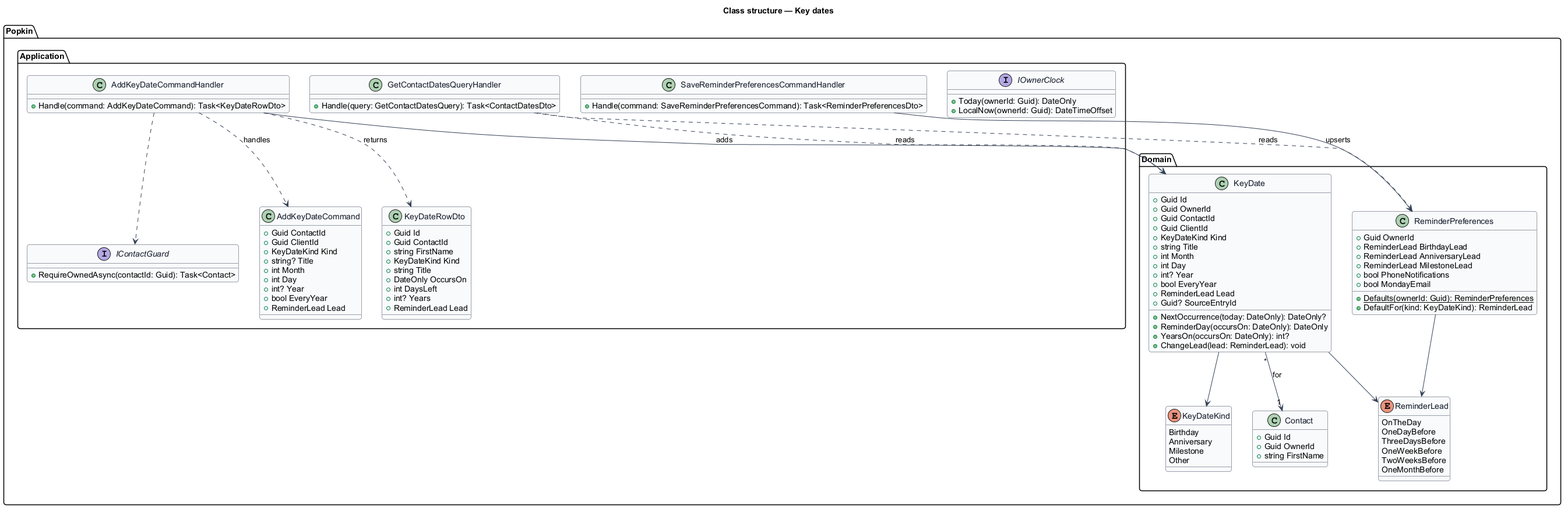
This is docs/detailed-designs/contacts/key-dates/diagrams/class-structure.png from QuinntyneBrown/popkin, a PlantUML export, as it was before one commit. Its diagram source:
```plantuml
@startuml
skinparam backgroundColor #FFFFFF
skinparam shadowing false
skinparam roundcorner 8
skinparam defaultFontName Arial
skinparam ArrowColor #344054
skinparam class {
  BorderColor #344054
  FontColor #101828
  BackgroundColor #F9FAFB
}
title Class structure — Key dates

package "Popkin.Domain" {
  enum KeyDateKind {
    Birthday
    Anniversary
    Milestone
    Other
  }
  enum ReminderLead {
    OnTheDay
    OneDayBefore
    ThreeDaysBefore
    OneWeekBefore
    TwoWeeksBefore
    OneMonthBefore
  }
  class KeyDate {
    +Guid Id
    +Guid OwnerId
    +Guid ContactId
    +Guid ClientId
    +KeyDateKind Kind
    +string Title
    +int Month
    +int Day
    +int? Year
    +bool EveryYear
    +ReminderLead Lead
    +Guid? SourceEntryId
    +NextOccurrence(today: DateOnly): DateOnly?
    +ReminderDay(occursOn: DateOnly): DateOnly
    +YearsOn(occursOn: DateOnly): int?
    +ChangeLead(lead: ReminderLead): void
  }
  class ReminderPreferences {
    +Guid OwnerId
    +ReminderLead BirthdayLead
    +ReminderLead AnniversaryLead
    +ReminderLead MilestoneLead
    +bool PhoneNotifications
    +bool MondayEmail
    +{static} Defaults(ownerId: Guid): ReminderPreferences
    +DefaultFor(kind: KeyDateKind): ReminderLead
  }
  class Contact {
    +Guid Id
    +Guid OwnerId
    +string FirstName
  }
}
package "Popkin.Application" {
  interface IContactGuard {
    +RequireOwnedAsync(contactId: Guid): Task<Contact>
  }
  interface IOwnerClock {
    +Today(ownerId: Guid): DateOnly
    +LocalNow(ownerId: Guid): DateTimeOffset
  }
  class AddKeyDateCommand {
    +Guid ContactId
    +Guid ClientId
    +KeyDateKind Kind
    +string? Title
    +int Month
    +int Day
    +int? Year
    +bool EveryYear
    +ReminderLead Lead
  }
  class AddKeyDateCommandHandler {
    +Handle(command: AddKeyDateCommand): Task<KeyDateRowDto>
  }
  class GetContactDatesQueryHandler {
    +Handle(query: GetContactDatesQuery): Task<ContactDatesDto>
  }
  class SaveReminderPreferencesCommandHandler {
    +Handle(command: SaveReminderPreferencesCommand): Task<ReminderPreferencesDto>
  }
  class KeyDateRowDto {
    +Guid Id
    +Guid ContactId
    +string FirstName
    +KeyDateKind Kind
    +string Title
    +DateOnly OccursOn
    +int DaysLeft
    +int? Years
    +ReminderLead Lead
  }
}
KeyDate --> KeyDateKind
KeyDate --> ReminderLead
KeyDate "*" --> "1" Contact : for
ReminderPreferences --> ReminderLead
AddKeyDateCommandHandler ..> AddKeyDateCommand : handles
AddKeyDateCommandHandler ..> IContactGuard
AddKeyDateCommandHandler --> KeyDate : adds
AddKeyDateCommandHandler ..> KeyDateRowDto : returns
GetContactDatesQueryHandler ..> KeyDate : reads
GetContactDatesQueryHandler ..> ReminderPreferences : reads
SaveReminderPreferencesCommandHandler --> ReminderPreferences : upserts
@enduml
```
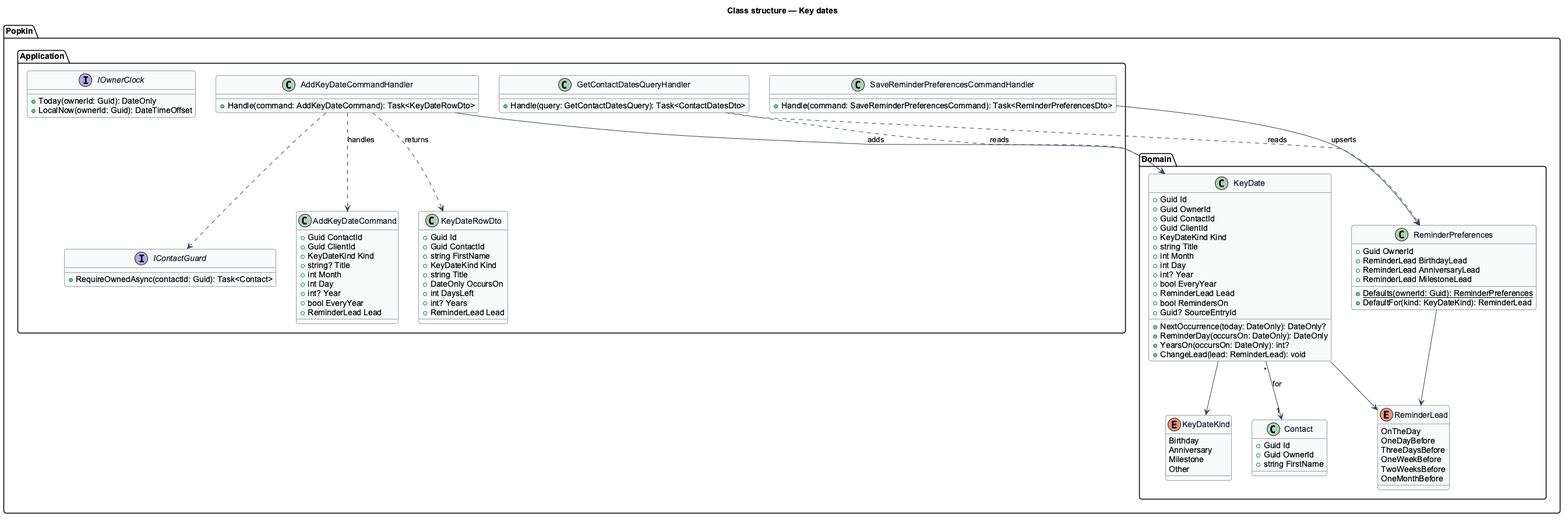
After the change.

Diff of the diagram source:
```diff
@@ -38,6 +38,7 @@
     +int? Year
     +bool EveryYear
     +ReminderLead Lead
+    +bool RemindersOn
     +Guid? SourceEntryId
     +NextOccurrence(today: DateOnly): DateOnly?
     +ReminderDay(occursOn: DateOnly): DateOnly
@@ -49,8 +50,6 @@
     +ReminderLead BirthdayLead
     +ReminderLead AnniversaryLead
     +ReminderLead MilestoneLead
-    +bool PhoneNotifications
-    +bool MondayEmail
     +{static} Defaults(ownerId: Guid): ReminderPreferences
     +DefaultFor(kind: KeyDateKind): ReminderLead
   }
```
